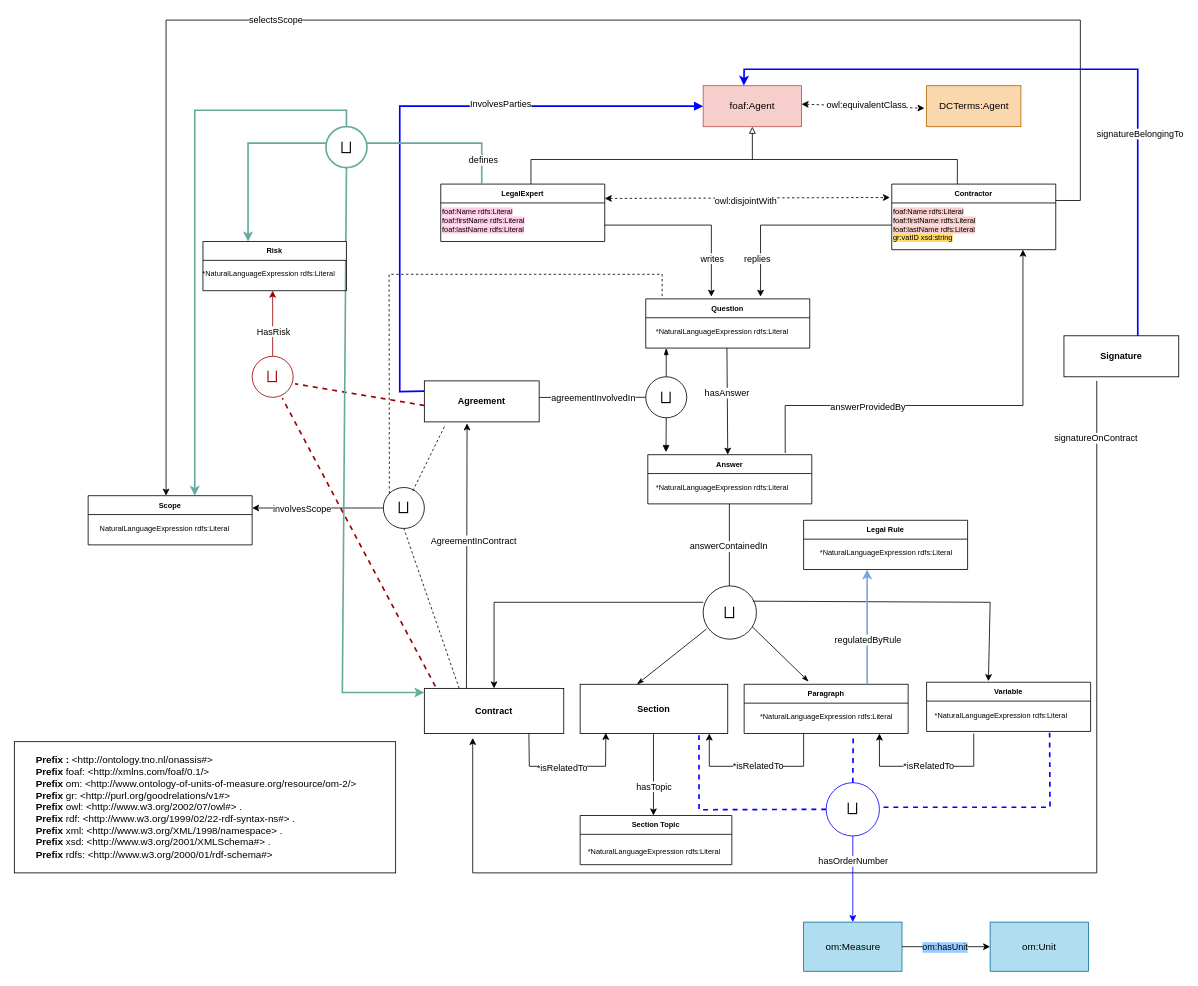
Before: Diagram/Onassis.drawio in DjAzDeck/Onassis-Ontology, a draw.io diagram. Source tidied: cells renumbered, new cells numbered last; positions are measured from the earlier drawing's top-left corner, leaving out a move shared by most shapes. Both pictures are drawn from the tidied source at 82%, with x=0, y=0 at pixel (14, 20).
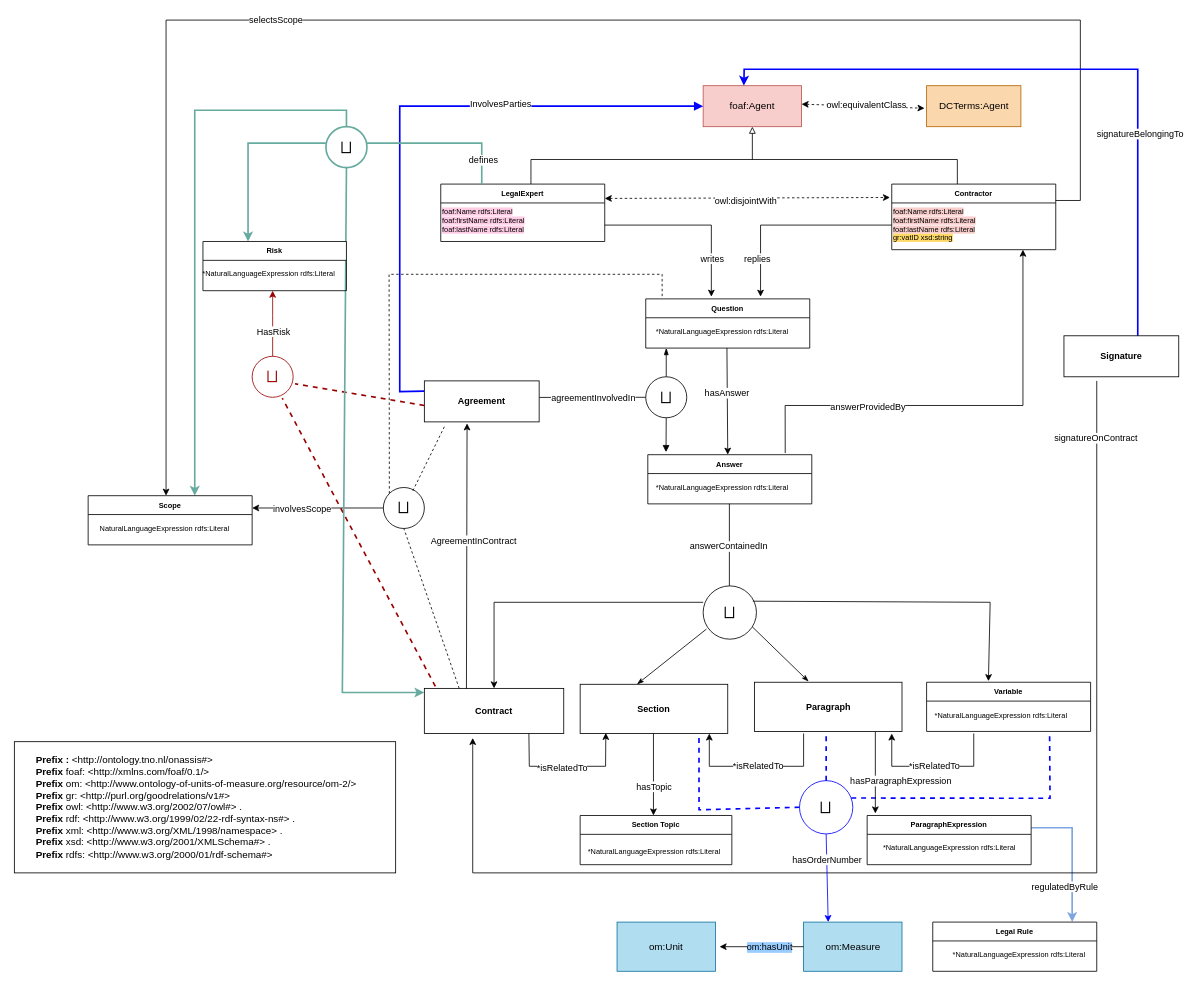
The same page after the edit.

The change refers to these unchanged cells:
```xml
<mxCell id="7" value="Variable" style="swimlane;fontSize=9;" parent="1" vertex="1">
  <mxGeometry x="1112.5" y="807.5" width="200" height="60" as="geometry" />
</mxCell>
<mxCell id="79" value="om:Measure" style="rounded=0;whiteSpace=wrap;html=1;strokeColor=#10739e;strokeWidth=1;fillColor=#b1ddf0;" parent="1" vertex="1">
  <mxGeometry x="962.5" y="1100" width="120" height="60" as="geometry" />
</mxCell>
```

Diff of the diagram source:
```diff
@@
-    <mxCell id="9" value="Paragraph" style="swimlane;fontSize=9;" parent="1" vertex="1">
-      <mxGeometry x="890" y="810" width="200" height="60" as="geometry" />
-    </mxCell>
-    <mxCell id="10" value="*NaturalLanguageExpression rdfs:Literal" style="text;html=1;align=center;verticalAlign=middle;strokeColor=none;fillColor=none;fontSize=9;" parent="9" vertex="1">
-      <mxGeometry x="5" y="30" width="190" height="20" as="geometry" />
-    </mxCell>
+    <mxCell id="106" style="endArrow=classic;html=1;rounded=0;fontSize=11;fontColor=#000000;strokeColor=#7EA6E0;fillColor=#a20025;strokeWidth=2;exitX=1;exitY=0.25;exitDx=0;exitDy=0;" parent="7" edge="1" source="109">
+      <mxGeometry relative="1" as="geometry">
+        <mxPoint x="177.5" y="292.5" as="targetPoint" />
+        <Array as="points">
+          <mxPoint x="177.5" y="177.5" />
+        </Array>
+      </mxGeometry>
+    </mxCell>
+    <mxCell id="92" value="regulatedByRule" style="edgeLabel;html=1;align=center;verticalAlign=middle;fontSize=11;fontColor=#000000;" parent="106" vertex="1">
+      <mxGeometry x="-0.27" y="3" relative="1" as="geometry">
+        <mxPoint x="-13" y="61" as="offset" />
+      </mxGeometry>
+    </mxCell>
@@
-    <mxCell id="25" style="endArrow=classicThin;html=1;rounded=0;strokeColor=#000000;entryX=0.393;entryY=-0.056;entryDx=0;entryDy=0;endFill=1;entryPerimeter=0;" parent="1" edge="1" target="9">
+    <mxCell id="25" style="endArrow=classicThin;html=1;rounded=0;strokeColor=#000000;entryX=0.393;entryY=-0.056;entryDx=0;entryDy=0;endFill=1;entryPerimeter=0;" parent="1" edge="1">
       <mxGeometry relative="1" as="geometry">
         <mxPoint x="900" y="740" as="sourcePoint" />
+        <mxPoint x="968.6" y="806.6" as="targetPoint" />
       </mxGeometry>
     </mxCell>
@@
-    <mxCell id="77" style="endArrow=classic;html=1;rounded=0;fontColor=#000000;strokeColor=#0000FF;strokeWidth=1;exitX=0.5;exitY=0;exitDx=0;exitDy=0;entryX=0.5;entryY=0;entryDx=0;entryDy=0;" parent="1" edge="1" source="80" target="79">
+    <mxCell id="77" style="endArrow=classic;html=1;rounded=0;fontColor=#000000;strokeColor=#0000FF;strokeWidth=1;exitX=0.5;exitY=0;exitDx=0;exitDy=0;entryX=0.25;entryY=0;entryDx=0;entryDy=0;" parent="1" edge="1" source="80" target="79">
       <mxGeometry relative="1" as="geometry" />
     </mxCell>
@@
     <mxCell id="80" value="&lt;font style=&quot;font-size: 17px;&quot;&gt;⨅&lt;/font&gt;" style="ellipse;whiteSpace=wrap;html=1;fontSize=17;fontFamily=Helvetica;rotation=-180;strokeColor=#0000FF;" parent="1" vertex="1">
-      <mxGeometry x="990" y="930" width="65" height="65" as="geometry" />
+      <mxGeometry x="957.5" y="927.5" width="65" height="65" as="geometry" />
     </mxCell>
-    <mxCell id="81" style="endArrow=none;html=1;rounded=0;fontColor=#000000;strokeColor=#0000FF;strokeWidth=2;entryX=0.75;entryY=1;entryDx=0;entryDy=0;dashed=1;" parent="1" edge="1" target="7">
+    <mxCell id="81" style="endArrow=none;html=1;rounded=0;fontColor=#000000;strokeColor=#0000FF;strokeWidth=2;entryX=0.75;entryY=1;entryDx=0;entryDy=0;dashed=1;exitX=0.028;exitY=0.674;exitDx=0;exitDy=0;exitPerimeter=0;" parent="1" edge="1" source="80" target="7">
       <mxGeometry relative="1" as="geometry">
-        <mxPoint x="1060" y="960" as="sourcePoint" />
         <Array as="points">
-          <mxPoint x="1263" y="960" />
+          <mxPoint x="1263" y="949" />
         </Array>
       </mxGeometry>
     </mxCell>
-    <mxCell id="82" style="endArrow=none;html=1;rounded=0;fontColor=#000000;strokeColor=#0000FF;strokeWidth=2;exitX=0.5;exitY=1;exitDx=0;exitDy=0;dashed=1;" parent="1" edge="1" source="80">
+    <mxCell id="82" style="endArrow=none;html=1;rounded=0;fontColor=#000000;strokeColor=#0000FF;strokeWidth=2;exitX=0.5;exitY=1;exitDx=0;exitDy=0;dashed=1;entryX=0.5;entryY=1;entryDx=0;entryDy=0;" parent="1" edge="1" source="80">
       <mxGeometry relative="1" as="geometry">
-        <mxPoint x="1023" y="870" as="targetPoint" />
+        <mxPoint x="990" y="870" as="targetPoint" />
       </mxGeometry>
     </mxCell>
@@
-    <mxCell id="84" style="endArrow=classic;html=1;rounded=0;fontColor=#000000;strokeColor=#000000;strokeWidth=1;" parent="1" edge="1">
+    <mxCell id="84" style="endArrow=classic;html=1;rounded=0;fontColor=#000000;strokeColor=#000000;strokeWidth=1;exitX=0;exitY=0.5;exitDx=0;exitDy=0;" parent="1" edge="1" source="79">
       <mxGeometry relative="1" as="geometry">
-        <mxPoint x="1082.5" y="1130" as="sourcePoint" />
-        <mxPoint x="1190" y="1130" as="targetPoint" />
+        <mxPoint x="860" y="1130" as="targetPoint" />
       </mxGeometry>
     </mxCell>
     <mxCell id="85" value="om:hasUnit" style="edgeLabel;html=1;align=center;verticalAlign=middle;fontColor=#000000;labelBackgroundColor=#99CCFF;" parent="84" vertex="1">
       <mxGeometry x="-0.38" y="-1" relative="1" as="geometry">
-        <mxPoint x="19" y="-1" as="offset" />
+        <mxPoint x="-10" y="1" as="offset" />
       </mxGeometry>
     </mxCell>
     <mxCell id="86" value="om:Unit" style="rounded=0;whiteSpace=wrap;html=1;strokeColor=#10739e;strokeWidth=1;fillColor=#b1ddf0;" parent="1" vertex="1">
-      <mxGeometry x="1190" y="1100" width="120" height="60" as="geometry" />
+      <mxGeometry x="735" y="1100" width="120" height="60" as="geometry" />
     </mxCell>
@@
-    <mxCell id="91" style="endArrow=classic;html=1;rounded=0;fontSize=11;fontColor=#000000;strokeColor=#7EA6E0;fillColor=#a20025;strokeWidth=2;" parent="1" edge="1">
-      <mxGeometry relative="1" as="geometry">
-        <mxPoint x="1040" y="810" as="sourcePoint" />
-        <mxPoint x="1040" y="670" as="targetPoint" />
-        <Array as="points">
-          <mxPoint x="1040" y="730" />
-        </Array>
-      </mxGeometry>
-    </mxCell>
-    <mxCell id="92" value="regulatedByRule" style="edgeLabel;html=1;align=center;verticalAlign=middle;fontSize=11;fontColor=#000000;" parent="91" vertex="1">
-      <mxGeometry x="-0.27" y="3" relative="1" as="geometry">
-        <mxPoint x="3" y="-4" as="offset" />
-      </mxGeometry>
-    </mxCell>
-    <mxCell id="93" value="Legal Rule" style="swimlane;fontSize=9;" parent="1" vertex="1">
-      <mxGeometry x="962.5" y="610" width="200" height="60" as="geometry" />
-    </mxCell>
-    <mxCell id="94" value="*NaturalLanguageExpression rdfs:Literal" style="text;html=1;align=center;verticalAlign=middle;strokeColor=none;fillColor=none;fontSize=9;" parent="93" vertex="1">
-      <mxGeometry x="5" y="30" width="190" height="20" as="geometry" />
-    </mxCell>
@@
-    <mxCell id="99" style="endArrow=classic;html=1;rounded=0;strokeColor=#000000;exitX=0.25;exitY=1;exitDx=0;exitDy=0;entryX=0.706;entryY=1.091;entryDx=0;entryDy=0;entryPerimeter=0;" parent="1" edge="1">
+    <mxCell id="99" style="endArrow=classic;html=1;rounded=0;strokeColor=#000000;exitX=0.25;exitY=1;exitDx=0;exitDy=0;" parent="1" edge="1">
       <mxGeometry relative="1" as="geometry">
         <mxPoint x="1170" y="870" as="sourcePoint" />
-        <mxPoint x="1055" y="870" as="targetPoint" />
+        <mxPoint x="1070" y="870" as="targetPoint" />
         <Array as="points">
           <mxPoint x="1170" y="910" />
           <mxPoint x="1105" y="910" />
-          <mxPoint x="1055" y="910" />
+          <mxPoint x="1070" y="910" />
         </Array>
       </mxGeometry>
     </mxCell>
@@
+    <mxCell id="107" style="endArrow=classic;html=1;rounded=0;strokeColor=#000000;" parent="1" edge="1">
+      <mxGeometry relative="1" as="geometry">
+        <mxPoint x="1050" y="867.5" as="sourcePoint" />
+        <mxPoint x="1050" y="967.5" as="targetPoint" />
+      </mxGeometry>
+    </mxCell>
+    <mxCell id="108" value="hasParagraphExpression" style="edgeLabel;html=1;align=center;verticalAlign=middle;" parent="107" vertex="1">
+      <mxGeometry x="0.28" relative="1" as="geometry">
+        <mxPoint x="30" y="-4" as="offset" />
+      </mxGeometry>
+    </mxCell>
+    <mxCell id="109" value="ParagraphExpression" style="swimlane;fontSize=9;" parent="1" vertex="1">
+      <mxGeometry x="1040" y="970" width="200" height="60" as="geometry" />
+    </mxCell>
+    <mxCell id="110" value="*NaturalLanguageExpression rdfs:Literal" style="text;html=1;align=center;verticalAlign=middle;strokeColor=none;fillColor=none;fontSize=9;" parent="109" vertex="1">
+      <mxGeometry x="5" y="30" width="190" height="20" as="geometry" />
+    </mxCell>
+    <mxCell id="9" value="&lt;b&gt;Paragraph&lt;/b&gt;" style="rounded=0;whiteSpace=wrap;html=1;labelBackgroundColor=none;fontSize=11;strokeWidth=1;strokeColor=#000000;" parent="1" vertex="1">
+      <mxGeometry x="902.5" y="807.5" width="180" height="60" as="geometry" />
+    </mxCell>
+    <mxCell id="93" value="Legal Rule" style="swimlane;fontSize=9;" parent="1" vertex="1">
+      <mxGeometry x="1120" y="1100" width="200" height="60" as="geometry" />
+    </mxCell>
+    <mxCell id="111" value="*NaturalLanguageExpression rdfs:Literal" style="text;html=1;align=center;verticalAlign=middle;strokeColor=none;fillColor=none;fontSize=9;" parent="93" vertex="1">
+      <mxGeometry x="10" y="30" width="190" height="20" as="geometry" />
+    </mxCell>
```
